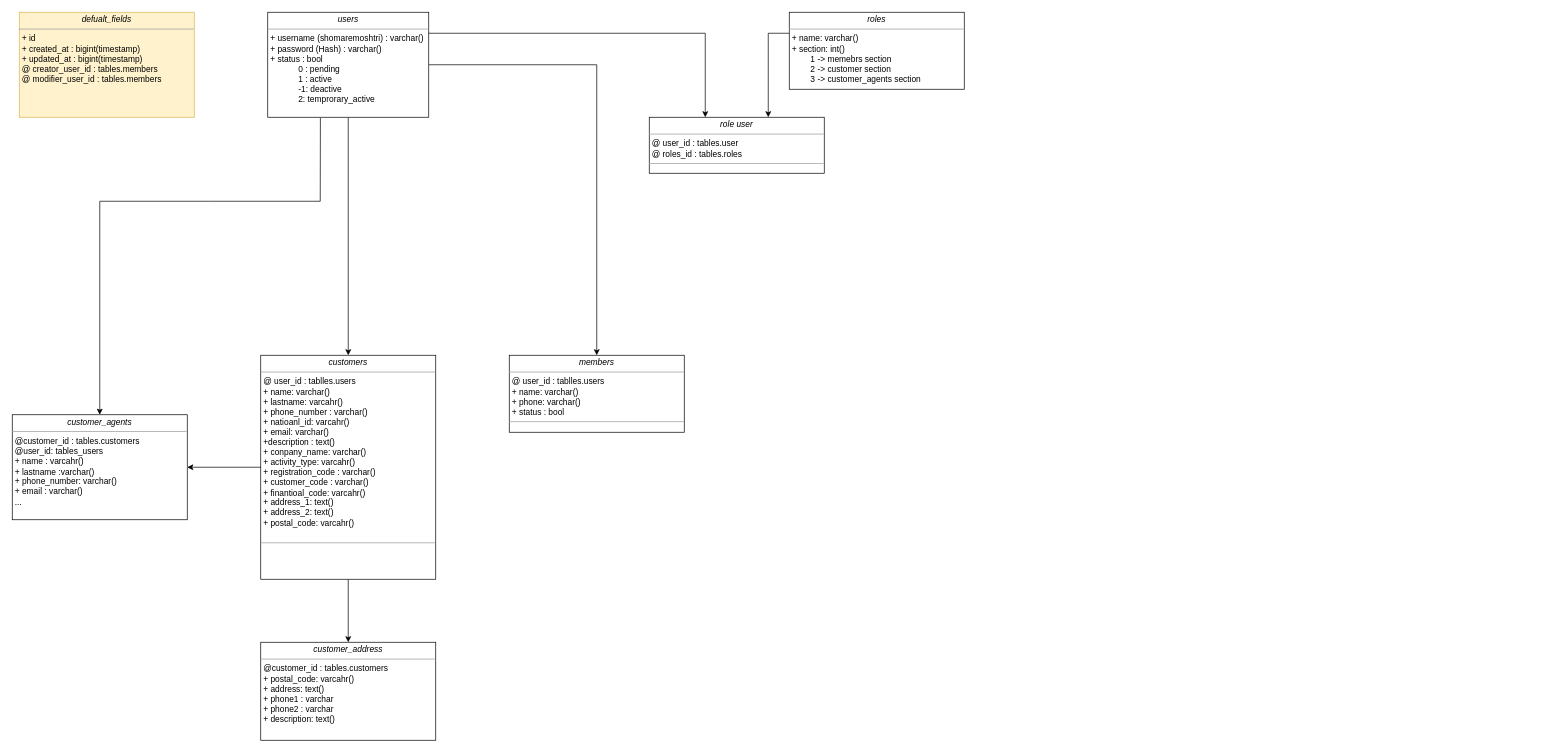
This is negarhak.drawio from MeysamRT76/negarhak-db-uml, a draw.io file, before an edit. Source tidied: cells renumbered, new cells numbered last; positions are measured from the earlier drawing's top-left corner, leaving out a move shared by most shapes. Both pictures are drawn from the tidied source at 70%, with x=0, y=0 at pixel (12, 12).
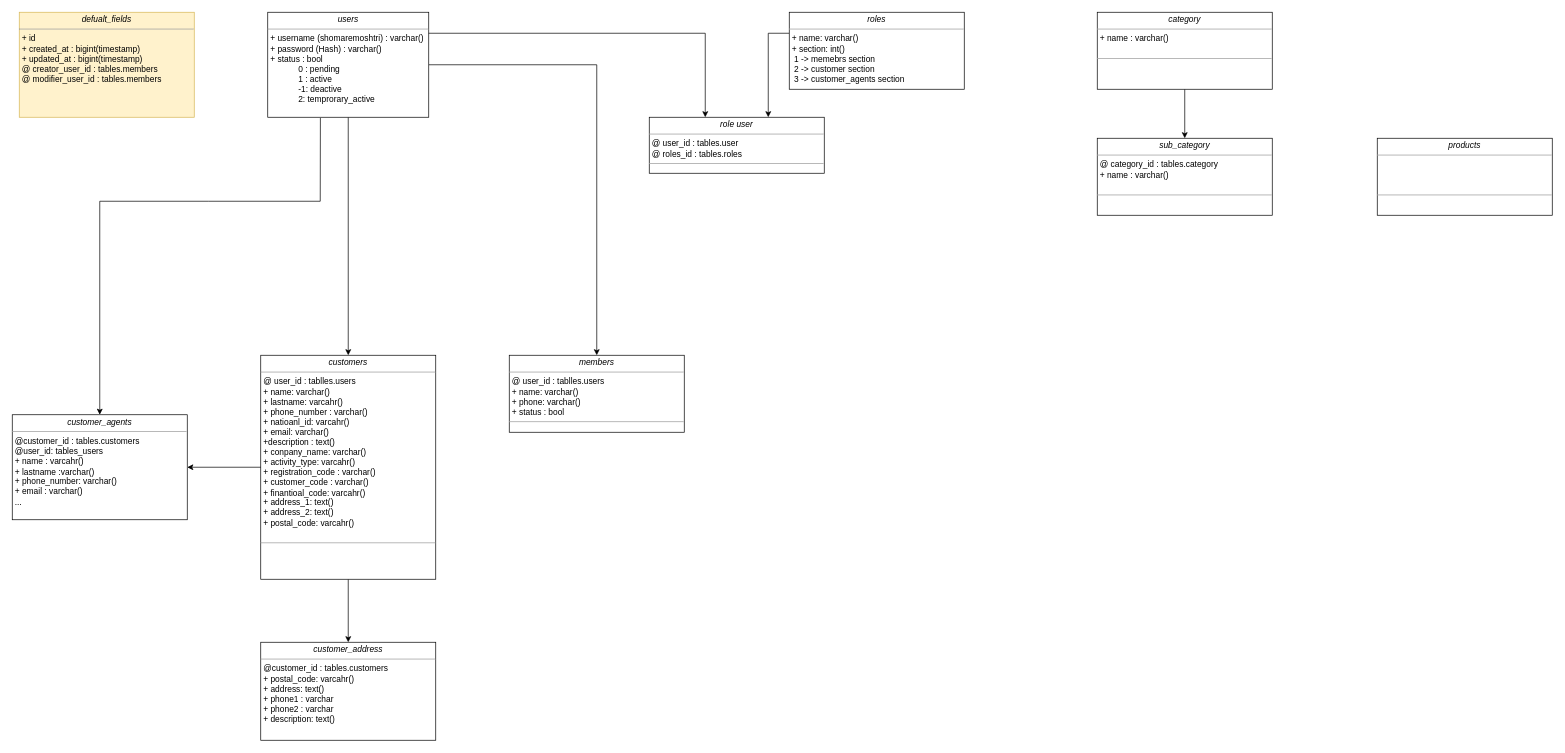
Above is the later version.

The edit, as a diff of the source:
```diff
@@
-    <mxCell id="8" value="&lt;p style=&quot;margin:0px;margin-top:4px;text-align:center;&quot;&gt;&lt;i&gt;roles&lt;/i&gt;&lt;/p&gt;&lt;hr size=&quot;1&quot;&gt;&lt;p style=&quot;margin:0px;margin-left:4px;&quot;&gt;&lt;span style=&quot;background-color: initial;&quot;&gt;+ name: varchar()&lt;/span&gt;&lt;/p&gt;&lt;p style=&quot;margin:0px;margin-left:4px;&quot;&gt;&lt;span style=&quot;background-color: initial;&quot;&gt;+ section: int()&lt;/span&gt;&lt;/p&gt;&lt;p style=&quot;margin:0px;margin-left:4px;&quot;&gt;&lt;span style=&quot;background-color: initial;&quot;&gt;&lt;span style=&quot;white-space: pre;&quot;&gt;&#9;&lt;/span&gt;1 -&amp;gt; memebrs section&lt;br&gt;&lt;/span&gt;&lt;/p&gt;&lt;p style=&quot;margin:0px;margin-left:4px;&quot;&gt;&lt;span style=&quot;background-color: initial;&quot;&gt;&lt;span style=&quot;white-space: pre;&quot;&gt;&#9;&lt;/span&gt;2 -&amp;gt; customer section&lt;br&gt;&lt;/span&gt;&lt;/p&gt;&lt;p style=&quot;margin:0px;margin-left:4px;&quot;&gt;&lt;span style=&quot;background-color: initial;&quot;&gt;&lt;span style=&quot;white-space: pre;&quot;&gt;&#9;&lt;/span&gt;3 -&amp;gt; customer_agents section&lt;br&gt;&lt;/span&gt;&lt;/p&gt;&lt;p style=&quot;margin:0px;margin-left:4px;&quot;&gt;&lt;br&gt;&lt;/p&gt;&lt;hr size=&quot;1&quot;&gt;&lt;p style=&quot;margin:0px;margin-left:4px;&quot;&gt;&lt;br&gt;&lt;/p&gt;" style="verticalAlign=top;align=left;overflow=fill;fontSize=12;fontFamily=Helvetica;html=1;rounded=0;shadow=0;comic=0;labelBackgroundColor=none;strokeWidth=1;" parent="1" vertex="1">
+    <mxCell id="8" value="&lt;p style=&quot;margin:0px;margin-top:4px;text-align:center;&quot;&gt;&lt;i&gt;roles&lt;/i&gt;&lt;/p&gt;&lt;hr size=&quot;1&quot;&gt;&lt;p style=&quot;margin:0px;margin-left:4px;&quot;&gt;&lt;span style=&quot;background-color: initial;&quot;&gt;+ name: varchar()&lt;/span&gt;&lt;/p&gt;&lt;p style=&quot;margin:0px;margin-left:4px;&quot;&gt;&lt;span style=&quot;background-color: initial;&quot;&gt;+ section: int()&lt;/span&gt;&lt;/p&gt;&lt;p style=&quot;margin:0px;margin-left:4px;&quot;&gt;&lt;span style=&quot;background-color: initial;&quot;&gt;&lt;span style=&quot;white-space: pre;&quot;&gt; &lt;/span&gt;1 -&amp;gt; memebrs section&lt;br&gt;&lt;/span&gt;&lt;/p&gt;&lt;p style=&quot;margin:0px;margin-left:4px;&quot;&gt;&lt;span style=&quot;background-color: initial;&quot;&gt;&lt;span style=&quot;white-space: pre;&quot;&gt; &lt;/span&gt;2 -&amp;gt; customer section&lt;br&gt;&lt;/span&gt;&lt;/p&gt;&lt;p style=&quot;margin:0px;margin-left:4px;&quot;&gt;&lt;span style=&quot;background-color: initial;&quot;&gt;&lt;span style=&quot;white-space: pre;&quot;&gt; &lt;/span&gt;3 -&amp;gt; customer_agents section&lt;br&gt;&lt;/span&gt;&lt;/p&gt;&lt;p style=&quot;margin:0px;margin-left:4px;&quot;&gt;&lt;br&gt;&lt;/p&gt;&lt;hr size=&quot;1&quot;&gt;&lt;p style=&quot;margin:0px;margin-left:4px;&quot;&gt;&lt;br&gt;&lt;/p&gt;" style="verticalAlign=top;align=left;overflow=fill;fontSize=12;fontFamily=Helvetica;html=1;rounded=0;shadow=0;comic=0;labelBackgroundColor=none;strokeWidth=1;" parent="1" vertex="1">
       <mxGeometry x="1110" width="250" height="110" as="geometry" />
     </mxCell>
@@
+    <mxCell id="17" style="edgeStyle=orthogonalEdgeStyle;rounded=0;jettySize=auto;html=1;" parent="1" edge="1" source="18" target="19">
+      <mxGeometry relative="1" as="geometry" />
+    </mxCell>
+    <mxCell id="18" value="&lt;p style=&quot;margin:0px;margin-top:4px;text-align:center;&quot;&gt;&lt;i&gt;category&lt;/i&gt;&lt;/p&gt;&lt;hr size=&quot;1&quot;&gt;&lt;p style=&quot;margin:0px;margin-left:4px;&quot;&gt;+ name : varchar()&lt;/p&gt;&lt;p style=&quot;margin:0px;margin-left:4px;&quot;&gt;&lt;br&gt;&lt;/p&gt;&lt;hr size=&quot;1&quot;&gt;&lt;p style=&quot;margin:0px;margin-left:4px;&quot;&gt;&lt;br&gt;&lt;/p&gt;" style="verticalAlign=top;align=left;overflow=fill;fontSize=12;fontFamily=Helvetica;html=1;rounded=0;shadow=0;comic=0;labelBackgroundColor=none;strokeWidth=1;" parent="1" vertex="1">
+      <mxGeometry x="1550" width="250" height="110" as="geometry" />
+    </mxCell>
+    <mxCell id="19" value="&lt;p style=&quot;margin:0px;margin-top:4px;text-align:center;&quot;&gt;&lt;i&gt;sub_category&lt;/i&gt;&lt;/p&gt;&lt;hr size=&quot;1&quot;&gt;&lt;p style=&quot;margin:0px;margin-left:4px;&quot;&gt;@ category_id : tables.category&lt;/p&gt;&lt;p style=&quot;margin:0px;margin-left:4px;&quot;&gt;+ name : varchar()&lt;/p&gt;&lt;p style=&quot;margin:0px;margin-left:4px;&quot;&gt;&lt;br&gt;&lt;/p&gt;&lt;hr size=&quot;1&quot;&gt;&lt;p style=&quot;margin:0px;margin-left:4px;&quot;&gt;&lt;br&gt;&lt;/p&gt;" style="verticalAlign=top;align=left;overflow=fill;fontSize=12;fontFamily=Helvetica;html=1;rounded=0;shadow=0;comic=0;labelBackgroundColor=none;strokeWidth=1;" parent="1" vertex="1">
+      <mxGeometry x="1550" y="180" width="250" height="110" as="geometry" />
+    </mxCell>
+    <mxCell id="20" value="&lt;p style=&quot;margin:0px;margin-top:4px;text-align:center;&quot;&gt;&lt;i&gt;products&lt;/i&gt;&lt;/p&gt;&lt;hr size=&quot;1&quot;&gt;&lt;p style=&quot;margin:0px;margin-left:4px;&quot;&gt;&lt;br&gt;&lt;/p&gt;&lt;p style=&quot;margin:0px;margin-left:4px;&quot;&gt;&lt;br&gt;&lt;/p&gt;&lt;p style=&quot;margin:0px;margin-left:4px;&quot;&gt;&lt;br&gt;&lt;/p&gt;&lt;hr size=&quot;1&quot;&gt;&lt;p style=&quot;margin:0px;margin-left:4px;&quot;&gt;&lt;br&gt;&lt;/p&gt;" style="verticalAlign=top;align=left;overflow=fill;fontSize=12;fontFamily=Helvetica;html=1;rounded=0;shadow=0;comic=0;labelBackgroundColor=none;strokeWidth=1;" parent="1" vertex="1">
+      <mxGeometry x="1950" y="180" width="250" height="110" as="geometry" />
+    </mxCell>
```
